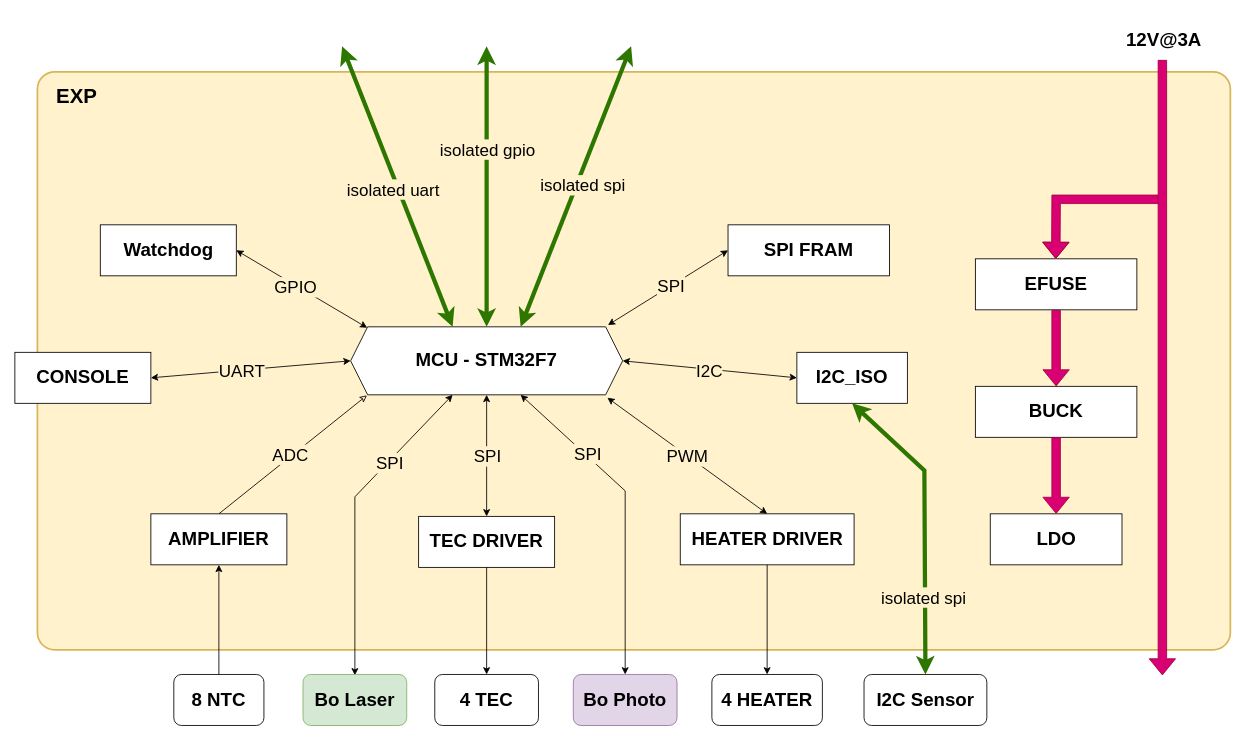
Before: BlockDiagram/lv_block_exp.drawio in SangHuynh78/lv_report, a draw.io diagram. Source tidied: cells renumbered, new cells numbered last; positions are measured from the earlier drawing's top-left corner, leaving out a move shared by most shapes. Both pictures are drawn from the tidied source at 85%, with x=0, y=0 at pixel (14, 14).
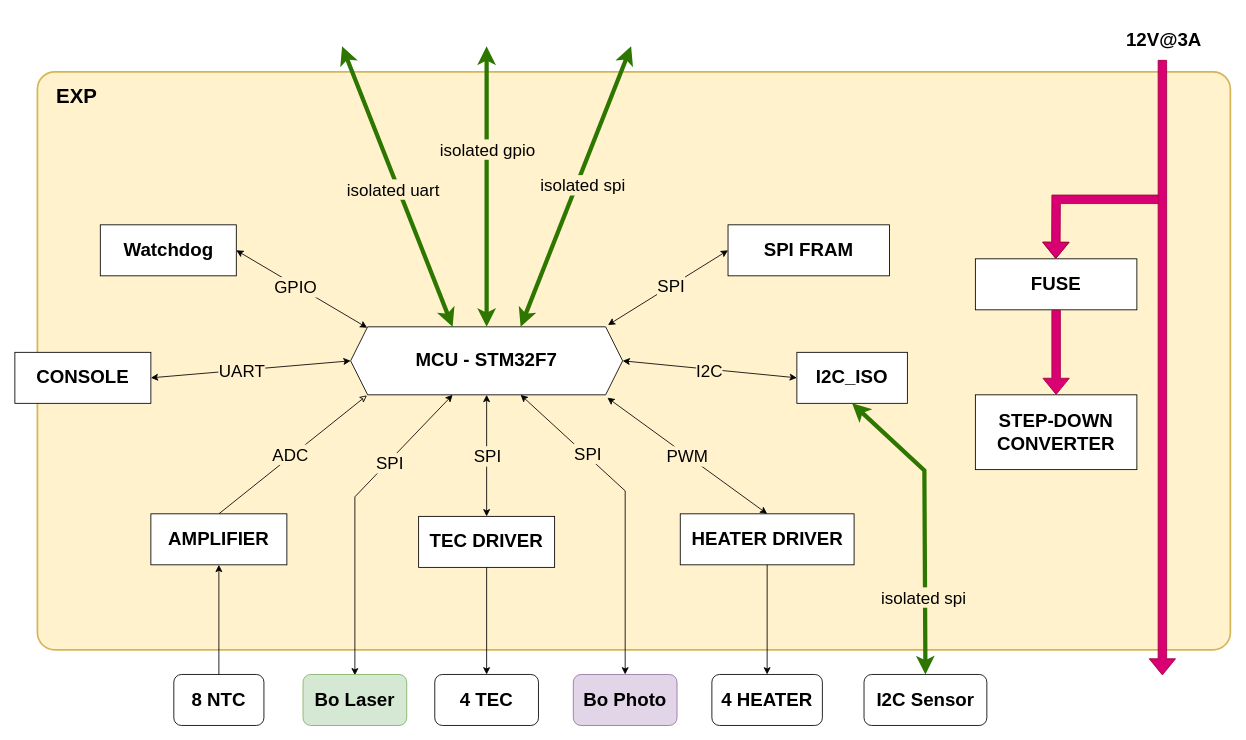
After the change.

Change to the diagram source:
```diff
@@
-    <mxCell id="38" value="BUCK" style="rounded=0;whiteSpace=wrap;html=1;fontSize=22;fontStyle=1;" parent="1" vertex="1">
-      <mxGeometry x="1130" y="437" width="190" height="60" as="geometry" />
+    <mxCell id="38" value="STEP-DOWN&lt;br&gt;CONVERTER" style="rounded=0;whiteSpace=wrap;html=1;fontSize=22;fontStyle=1;" parent="1" vertex="1">
+      <mxGeometry x="1130" y="447" width="190" height="88" as="geometry" />
     </mxCell>
-    <mxCell id="39" value="LDO" style="rounded=0;whiteSpace=wrap;html=1;fontSize=22;fontStyle=1;" parent="1" vertex="1">
-      <mxGeometry x="1147.5" y="587" width="155" height="60" as="geometry" />
-    </mxCell>
-    <mxCell id="40" style="shape=flexArrow;endArrow=classic;html=1;rounded=0;fillColor=#d80073;strokeColor=#A50040;entryX=0.5;entryY=0;entryDx=0;entryDy=0;exitX=0.5;exitY=1;exitDx=0;exitDy=0;" parent="1" edge="1" source="38" target="39">
-      <mxGeometry relative="1" as="geometry" />
-    </mxCell>
-    <mxCell id="41" value="EFUSE" style="rounded=0;whiteSpace=wrap;html=1;fontSize=22;fontStyle=1;" parent="1" vertex="1">
+    <mxCell id="41" value="FUSE" style="rounded=0;whiteSpace=wrap;html=1;fontSize=22;fontStyle=1;" parent="1" vertex="1">
       <mxGeometry x="1130" y="287" width="190" height="60" as="geometry" />
     </mxCell>
```
